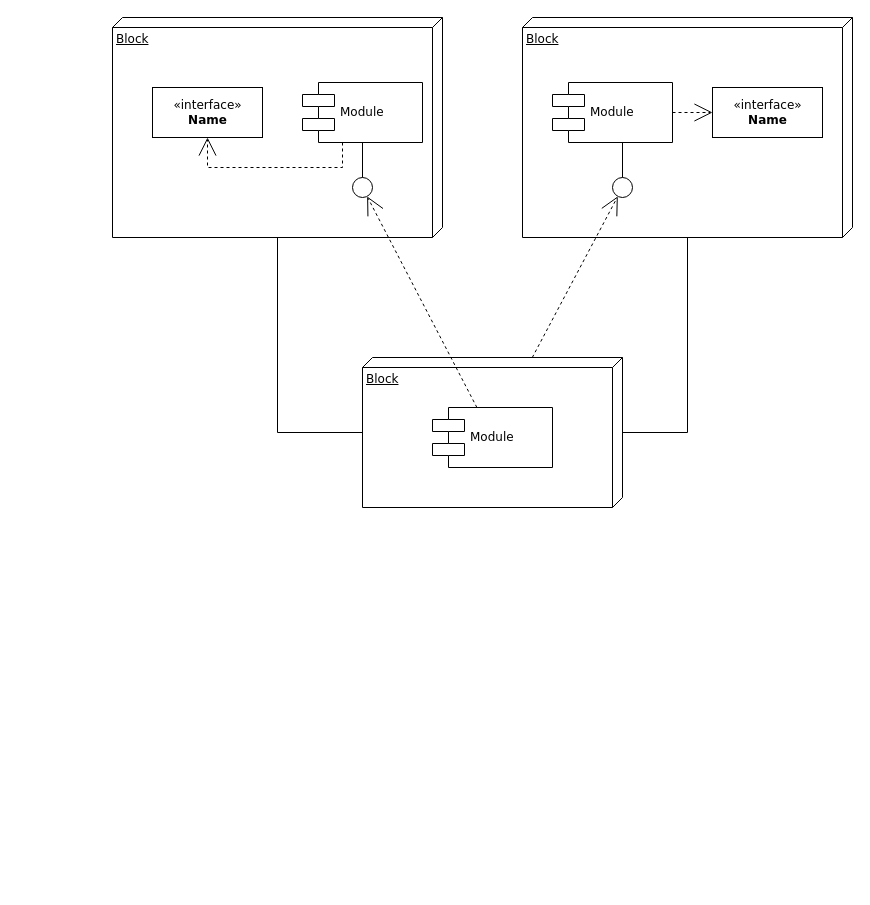
jobanyv9/6400_DatbaseDesign keeps this draw.io diagram as Untitled Diagram.drawio. Above is the earlier version. Source tidied: cells renumbered, new cells numbered last; positions are measured from the earlier drawing's top-left corner, leaving out a move shared by most shapes. Both pictures are drawn from the tidied source at 100%, with x=0, y=0 at pixel (112, 17).
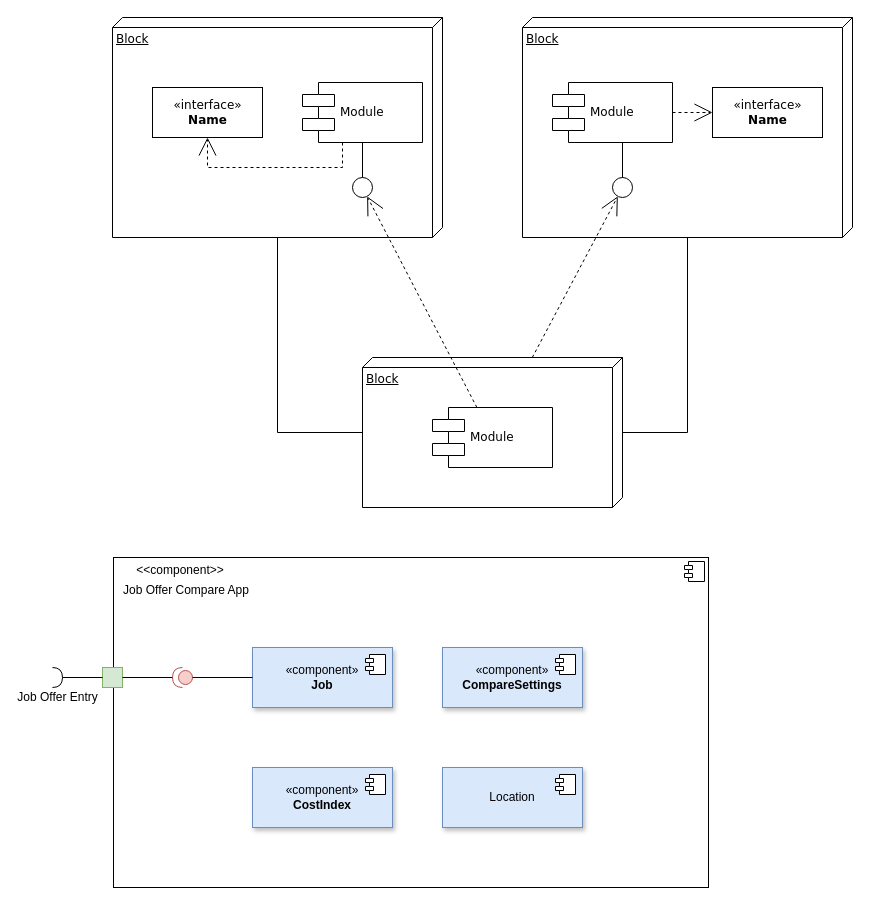
The same diagram, later.

What changed in the source:
```diff
@@
+    <mxCell id="20" value="&lt;p style=&quot;margin: 6px 0px 0px;&quot;&gt;&amp;nbsp; &amp;nbsp; &amp;nbsp; &amp;nbsp;&amp;lt;&amp;lt;component&amp;gt;&amp;gt;&lt;/p&gt;&lt;p style=&quot;margin: 6px 0px 0px;&quot;&gt;&amp;nbsp; &amp;nbsp;Job Offer Compare App&lt;/p&gt;" style="align=left;overflow=fill;html=1;whiteSpace=wrap;" parent="1" vertex="1">
+      <mxGeometry x="1" y="540" width="595" height="330" as="geometry" />
+    </mxCell>
+    <mxCell id="21" style="shape=component;jettyWidth=8;jettyHeight=4;" parent="20" vertex="1">
+      <mxGeometry x="1" width="20" height="20" relative="1" as="geometry">
+        <mxPoint x="-24" y="4" as="offset" />
+      </mxGeometry>
+    </mxCell>
+    <mxCell id="22" value="«component»&lt;br&gt;&lt;b&gt;Job&lt;/b&gt;" style="html=1;whiteSpace=wrap;shadow=1;fillColor=#dae8fc;strokeColor=#6c8ebf;" parent="1" vertex="1">
+      <mxGeometry x="140" y="630" width="140" height="60" as="geometry" />
+    </mxCell>
+    <mxCell id="23" style="shape=module;jettyWidth=8;jettyHeight=4;" parent="22" vertex="1">
+      <mxGeometry x="1" width="20" height="20" relative="1" as="geometry">
+        <mxPoint x="-27" y="7" as="offset" />
+      </mxGeometry>
+    </mxCell>
+    <mxCell id="24" style="shape=providedRequiredInterface;html=1;verticalLabelPosition=bottom;sketch=0;direction=south;rotation=90;fillColor=#f8cecc;strokeColor=#b85450;" parent="1" vertex="1">
+      <mxGeometry x="60" y="650" width="20" height="20" as="geometry" />
+    </mxCell>
+    <mxCell id="25" style="endArrow=none;html=1;rounded=0;exitX=0;exitY=0.5;exitDx=0;exitDy=0;exitPerimeter=0;entryX=0;entryY=0.5;entryDx=0;entryDy=0;" parent="1" edge="1" source="24" target="22">
+      <mxGeometry relative="1" as="geometry" />
+    </mxCell>
+    <mxCell id="26" style="whiteSpace=wrap;html=1;fillColor=#d5e8d4;strokeColor=#82b366;" parent="1" vertex="1">
+      <mxGeometry x="-10" y="650" width="20" height="20" as="geometry" />
+    </mxCell>
+    <mxCell id="27" style="endArrow=none;html=1;rounded=0;entryX=0;entryY=0.5;entryDx=0;entryDy=0;exitX=1;exitY=0.5;exitDx=0;exitDy=0;exitPerimeter=0;" parent="1" edge="1" source="29" target="26">
+      <mxGeometry relative="1" as="geometry" />
+    </mxCell>
+    <mxCell id="28" style="endArrow=none;html=1;rounded=0;entryX=1;entryY=0.5;entryDx=0;entryDy=0;entryPerimeter=0;exitX=1;exitY=0.5;exitDx=0;exitDy=0;" parent="1" edge="1" source="26" target="24">
+      <mxGeometry relative="1" as="geometry" />
+    </mxCell>
+    <mxCell id="29" value="Job Offer Entry" style="shape=requiredInterface;html=1;verticalLabelPosition=bottom;sketch=0;" parent="1" vertex="1">
+      <mxGeometry x="-60" y="650" width="10" height="20" as="geometry" />
+    </mxCell>
+    <mxCell id="30" value="«component»&lt;br&gt;&lt;b&gt;CompareSettings&lt;/b&gt;" style="html=1;whiteSpace=wrap;shadow=1;fillColor=#dae8fc;strokeColor=#6c8ebf;" parent="1" vertex="1">
+      <mxGeometry x="330" y="630" width="140" height="60" as="geometry" />
+    </mxCell>
+    <mxCell id="31" style="shape=module;jettyWidth=8;jettyHeight=4;" parent="30" vertex="1">
+      <mxGeometry x="1" width="20" height="20" relative="1" as="geometry">
+        <mxPoint x="-27" y="7" as="offset" />
+      </mxGeometry>
+    </mxCell>
+    <mxCell id="32" value="«component»&lt;br&gt;&lt;b&gt;CostIndex&lt;/b&gt;" style="html=1;whiteSpace=wrap;shadow=1;fillColor=#dae8fc;strokeColor=#6c8ebf;" parent="1" vertex="1">
+      <mxGeometry x="140" y="750" width="140" height="60" as="geometry" />
+    </mxCell>
+    <mxCell id="33" style="shape=module;jettyWidth=8;jettyHeight=4;" parent="32" vertex="1">
+      <mxGeometry x="1" width="20" height="20" relative="1" as="geometry">
+        <mxPoint x="-27" y="7" as="offset" />
+      </mxGeometry>
+    </mxCell>
+    <mxCell id="34" value="Location" style="html=1;whiteSpace=wrap;shadow=1;fillColor=#dae8fc;strokeColor=#6c8ebf;" parent="1" vertex="1">
+      <mxGeometry x="330" y="750" width="140" height="60" as="geometry" />
+    </mxCell>
+    <mxCell id="35" style="shape=module;jettyWidth=8;jettyHeight=4;" parent="34" vertex="1">
+      <mxGeometry x="1" width="20" height="20" relative="1" as="geometry">
+        <mxPoint x="-27" y="7" as="offset" />
+      </mxGeometry>
+    </mxCell>
```
